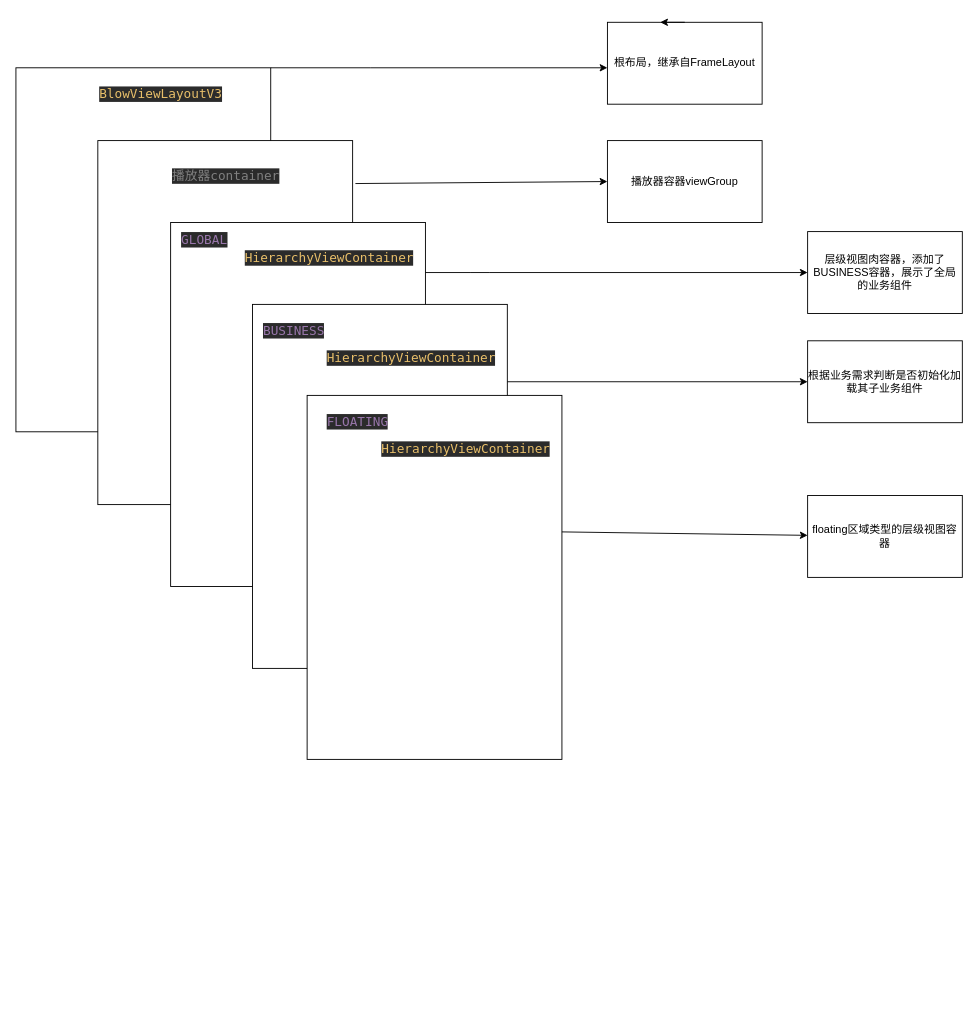
This is Untitled Diagram.drawio from lgq895767507/MyHello, a draw.io file, before an edit. Source tidied: cells renumbered, new cells numbered last; positions are measured from the earlier drawing's top-left corner, leaving out a move shared by most shapes. Both pictures are drawn from the tidied source at 91%, with x=0, y=0 at pixel (15, 22).
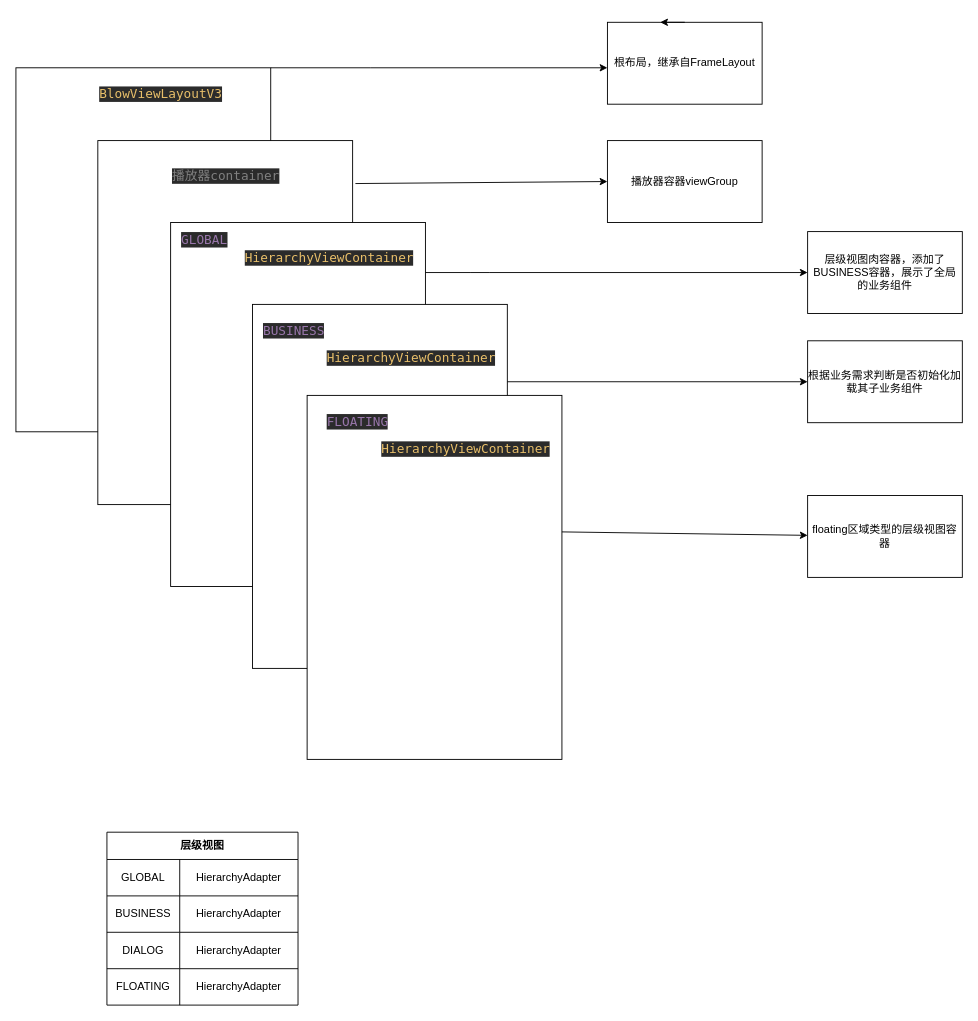
Above is the later version.

Change to the diagram source:
```diff
@@
+    <mxCell id="26" value="层级视图" style="shape=table;html=1;whiteSpace=wrap;startSize=30;childLayout=tableLayout;fontStyle=1;align=center;" parent="1" vertex="1">
+      <mxGeometry x="100" y="890" width="210" height="190" as="geometry" />
+    </mxCell>
+    <mxCell id="27" style="shape=partialRectangle;html=1;whiteSpace=wrap;fillColor=none;top=0;left=0;bottom=0;right=0;" parent="26" vertex="1">
+      <mxGeometry y="30" width="210" height="40" as="geometry" />
+    </mxCell>
+    <mxCell id="28" value="GLOBAL" style="shape=partialRectangle;html=1;whiteSpace=wrap;fillColor=none;top=0;left=0;bottom=0;right=0;overflow=hidden;" parent="27" vertex="1">
+      <mxGeometry width="80" height="40" as="geometry" />
+    </mxCell>
+    <mxCell id="29" value="HierarchyAdapter" style="shape=partialRectangle;html=1;whiteSpace=wrap;fillColor=none;top=0;left=0;bottom=0;right=0;overflow=hidden;" parent="27" vertex="1">
+      <mxGeometry x="80" width="130" height="40" as="geometry" />
+    </mxCell>
+    <mxCell id="30" style="shape=partialRectangle;html=1;whiteSpace=wrap;fillColor=none;top=0;left=0;bottom=0;right=0;" parent="26" vertex="1">
+      <mxGeometry y="70" width="210" height="40" as="geometry" />
+    </mxCell>
+    <mxCell id="31" value="BUSINESS" style="shape=partialRectangle;html=1;whiteSpace=wrap;fillColor=none;top=0;left=0;bottom=0;right=0;overflow=hidden;" parent="30" vertex="1">
+      <mxGeometry width="80" height="40" as="geometry" />
+    </mxCell>
+    <mxCell id="32" value="&lt;span&gt;HierarchyAdapter&lt;/span&gt;" style="shape=partialRectangle;html=1;whiteSpace=wrap;fillColor=none;top=0;left=0;bottom=0;right=0;overflow=hidden;" parent="30" vertex="1">
+      <mxGeometry x="80" width="130" height="40" as="geometry" />
+    </mxCell>
+    <mxCell id="33" style="shape=partialRectangle;html=1;whiteSpace=wrap;fillColor=none;top=0;left=0;bottom=0;right=0;" parent="26" vertex="1">
+      <mxGeometry y="110" width="210" height="40" as="geometry" />
+    </mxCell>
+    <mxCell id="34" value="DIALOG" style="shape=partialRectangle;html=1;whiteSpace=wrap;fillColor=none;top=0;left=0;bottom=0;right=0;overflow=hidden;" parent="33" vertex="1">
+      <mxGeometry width="80" height="40" as="geometry" />
+    </mxCell>
+    <mxCell id="35" value="HierarchyAdapter" style="shape=partialRectangle;html=1;whiteSpace=wrap;fillColor=none;top=0;left=0;bottom=0;right=0;overflow=hidden;" parent="33" vertex="1">
+      <mxGeometry x="80" width="130" height="40" as="geometry" />
+    </mxCell>
+    <mxCell id="36" style="shape=partialRectangle;html=1;whiteSpace=wrap;fillColor=none;top=0;left=0;bottom=0;right=0;" parent="26" vertex="1">
+      <mxGeometry y="150" width="210" height="40" as="geometry" />
+    </mxCell>
+    <mxCell id="37" value="FLOATING" style="shape=partialRectangle;html=1;whiteSpace=wrap;fillColor=none;top=0;left=0;bottom=0;right=0;overflow=hidden;" parent="36" vertex="1">
+      <mxGeometry width="80" height="40" as="geometry" />
+    </mxCell>
+    <mxCell id="38" value="&lt;span&gt;HierarchyAdapter&lt;/span&gt;" style="shape=partialRectangle;html=1;whiteSpace=wrap;fillColor=none;top=0;left=0;bottom=0;right=0;overflow=hidden;" parent="36" vertex="1">
+      <mxGeometry x="80" width="130" height="40" as="geometry" />
+    </mxCell>
```
